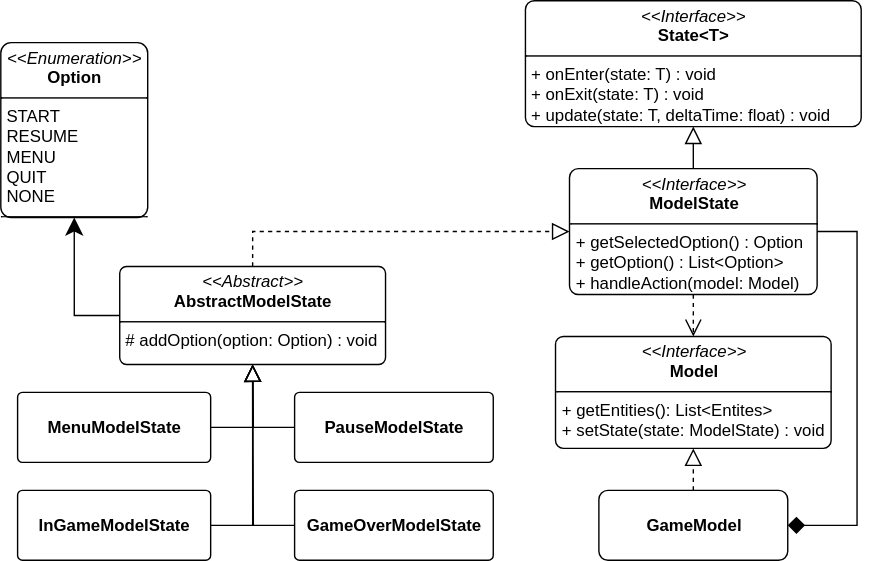
This is report/svg/ModelState.svg from unibo-oop-projects/OOP24-AlessandroRebosio-FilippoRicciotti-Grace-GraziaBochdanovits-RenovateBot-coffeBreak, a draw.io export, as it was before one commit. Source tidied: cells renumbered, new cells last; positions are measured from the earlier drawing's top-left corner, leaving out a move shared by most shapes.
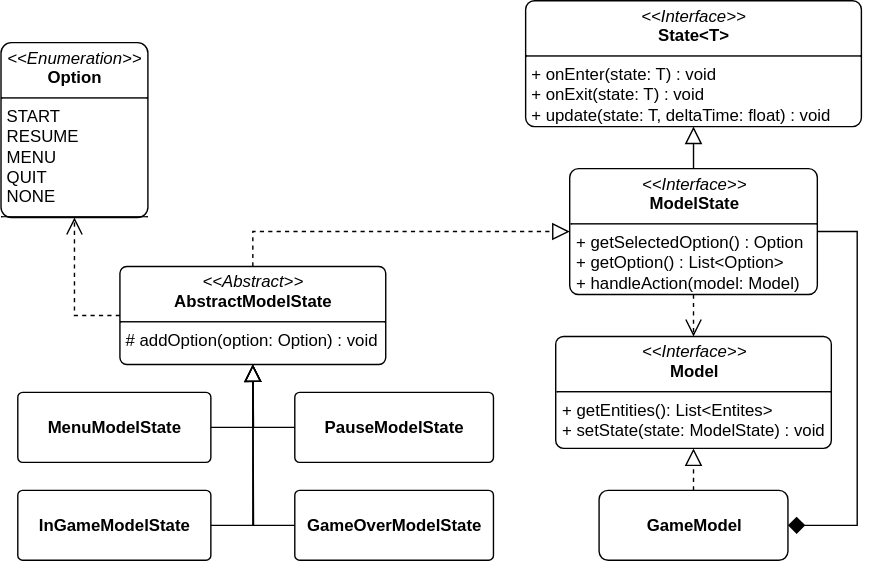
After the change.

What changed in the source:
```diff
@@ -36,7 +36,7 @@
     <mxCell id="10" style="edgeStyle=orthogonalEdgeStyle;rounded=0;jettySize=auto;html=1;exitX=0.5;exitY=0;exitDx=0;exitDy=0;entryX=0;entryY=0.5;entryDx=0;entryDy=0;endSize=10;endArrow=block;endFill=0;dashed=1;" parent="1" edge="1" source="12" target="6">
       <mxGeometry relative="1" as="geometry" />
     </mxCell>
-    <mxCell id="11" style="edgeStyle=orthogonalEdgeStyle;rounded=0;jettySize=auto;html=1;exitX=0;exitY=0.5;exitDx=0;exitDy=0;entryX=0.5;entryY=1;entryDx=0;entryDy=0;endArrow=classic;endFill=1;endSize=10;" parent="1" edge="1" source="12" target="21">
+    <mxCell id="11" style="edgeStyle=orthogonalEdgeStyle;rounded=0;jettySize=auto;html=1;exitX=0;exitY=0.5;exitDx=0;exitDy=0;entryX=0.5;entryY=1;entryDx=0;entryDy=0;endArrow=open;endFill=0;endSize=10;dashed=1;" parent="1" edge="1" source="12" target="21">
       <mxGeometry relative="1" as="geometry" />
     </mxCell>
     <mxCell id="12" value="&lt;p style=&quot;margin:0px;margin-top:4px;text-align:center;&quot;&gt;&lt;i&gt;&amp;lt;&amp;lt;Abstract&amp;gt;&amp;gt;&lt;/i&gt;&lt;br&gt;&lt;b&gt;AbstractModelState&lt;/b&gt;&lt;/p&gt;&lt;hr size=&quot;1&quot; style=&quot;border-style:solid;&quot;&gt;&lt;p style=&quot;margin:0px;margin-left:4px;&quot;&gt;# addOption(option: Option) : void&lt;/p&gt;" style="verticalAlign=top;align=left;overflow=fill;html=1;whiteSpace=wrap;rounded=1;arcSize=7;" parent="1" vertex="1">
```
